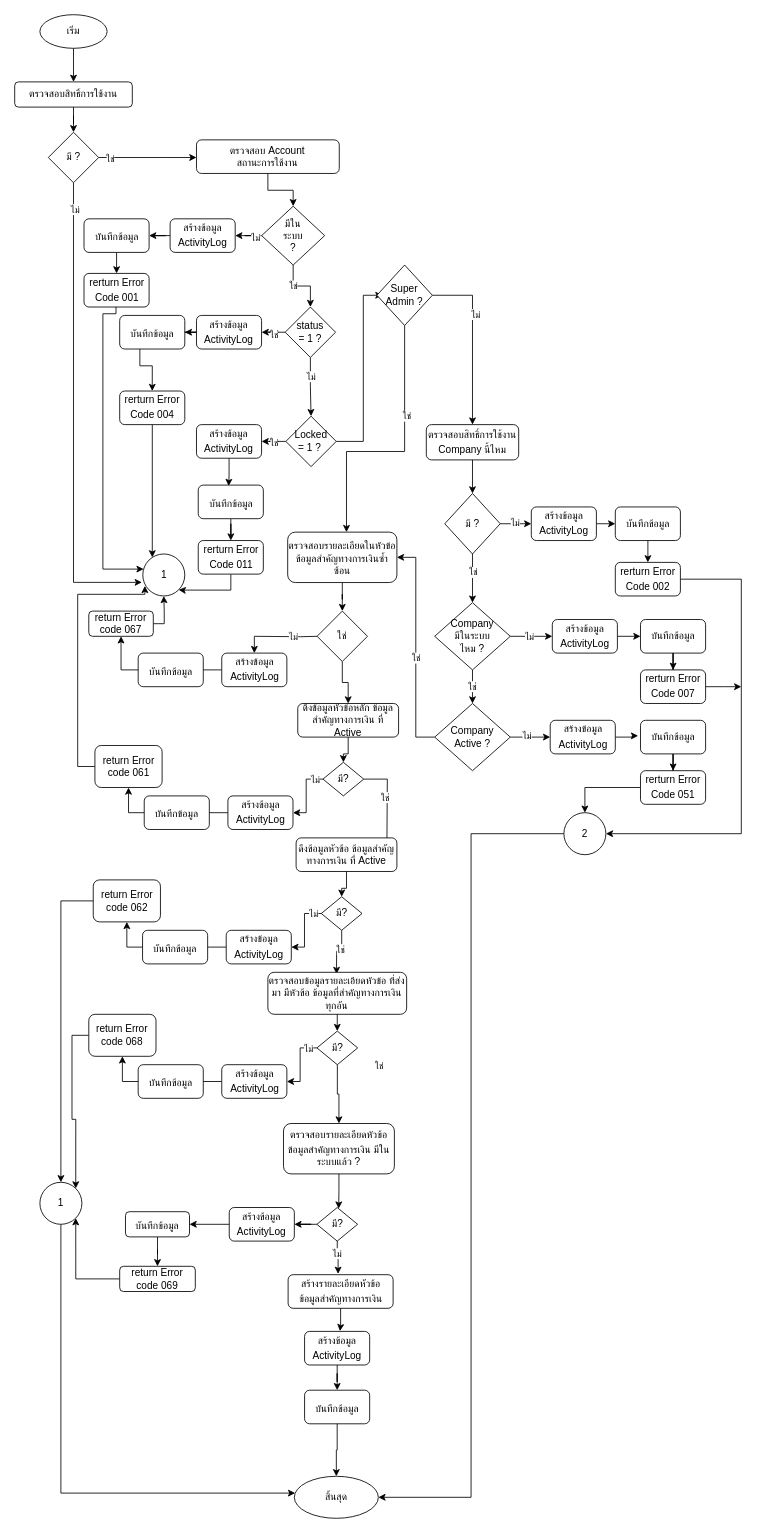
The draw.io diagram page "หน้า-1" (1 of 2) of FinancialStatementsDetail.drawio in charifrodmanee/charifrodmanee, before the edit. Source tidied: cells renumbered, new cells numbered last; positions are measured from the earlier drawing's top-left corner, leaving out a move shared by most shapes. Both pictures are drawn from the tidied source at 84%, with x=0, y=0 at pixel (14, 14).
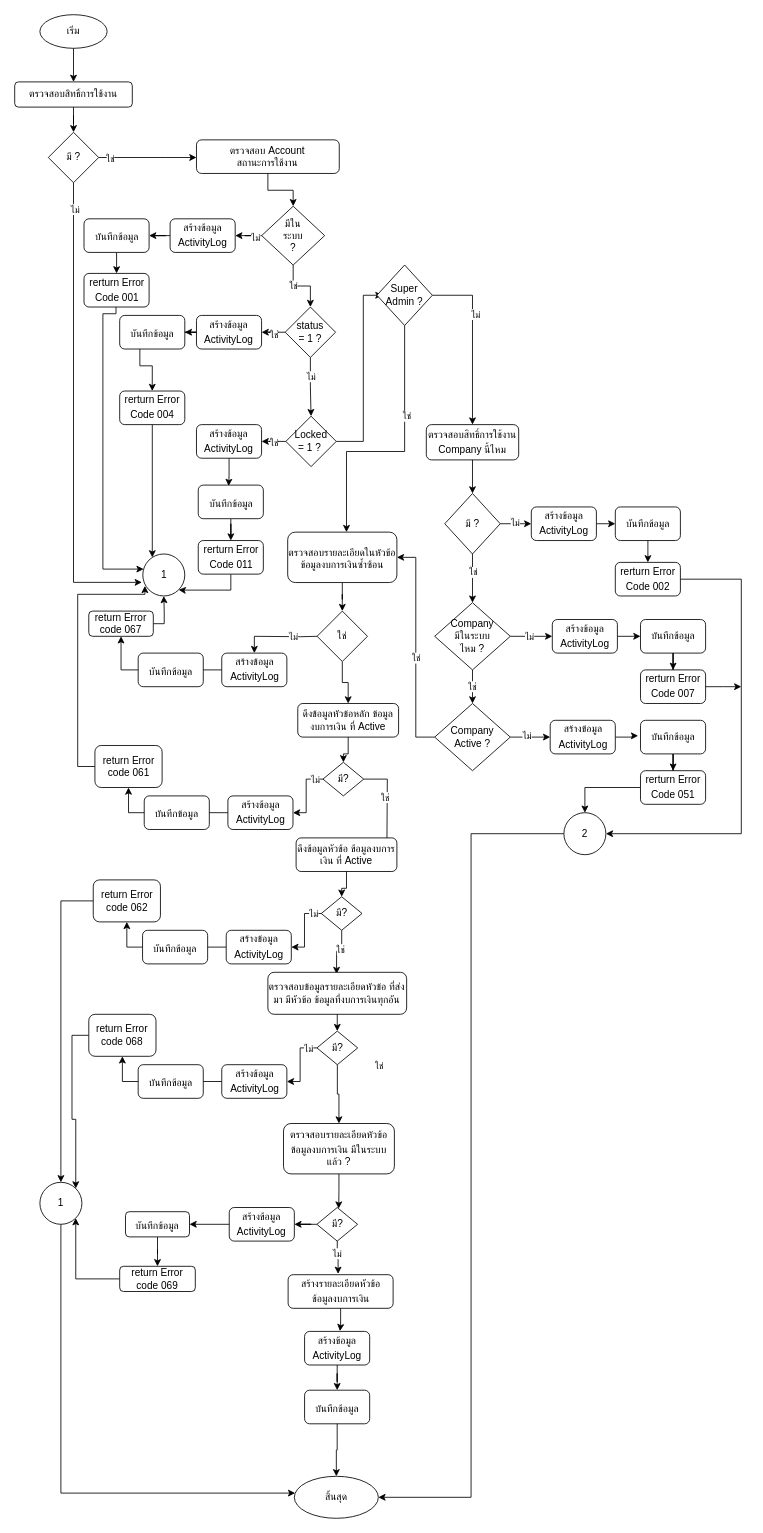
The same page after the edit.

The change refers to these unchanged cells:
```xml
<mxCell id="126" style="group;" parent="124" vertex="1">
  <mxGeometry x="6" width="120" height="177.5" as="geometry" />
</mxCell>
```

The edit, as a diff of the source:
```diff
@@
-    <mxCell id="90" value="&lt;font style=&quot;font-size: 12px;&quot;&gt;ตรวจสอบ&lt;span style=&quot;text-align: start;&quot;&gt;&lt;/span&gt;รายละเอียดในหัวข้อ&lt;span style=&quot;text-align: start; background-color: initial; font-variant-numeric: normal; font-variant-east-asian: normal; font-variant-alternates: normal; font-kerning: auto; font-optical-sizing: auto; font-feature-settings: normal; font-variation-settings: normal; font-stretch: normal; line-height: normal; font-family: &amp;quot;Helvetica Neue&amp;quot;;&quot; class=&quot;s1&quot;&gt; &lt;/span&gt;&lt;span style=&quot;font-family: &amp;quot;.ThonburiUI&amp;quot;; text-align: start; background-color: initial;&quot;&gt;ข้อมูลสำคัญทางการเงินซ้ำซ้อน&lt;/span&gt;&lt;/font&gt;" style="rounded=1;whiteSpace=wrap;html=1;" parent="1" vertex="1">
+    <mxCell id="90" value="&lt;font style=&quot;font-size: 12px;&quot;&gt;ตรวจสอบ&lt;span style=&quot;text-align: start;&quot;&gt;&lt;/span&gt;รายละเอียดในหัวข้อ&lt;span style=&quot;text-align: start; background-color: initial; font-variant-numeric: normal; font-variant-east-asian: normal; font-variant-alternates: normal; font-kerning: auto; font-optical-sizing: auto; font-feature-settings: normal; font-variation-settings: normal; font-stretch: normal; line-height: normal; font-family: &amp;quot;Helvetica Neue&amp;quot;;&quot; class=&quot;s1&quot;&gt; &lt;/span&gt;&lt;span style=&quot;font-family: &amp;quot;.ThonburiUI&amp;quot;; text-align: start; background-color: initial;&quot;&gt;ข้อมูลงบการเงินซ้ำซ้อน&lt;/span&gt;&lt;/font&gt;" style="rounded=1;whiteSpace=wrap;html=1;" parent="1" vertex="1">
       <mxGeometry x="325" y="616" width="130" height="60" as="geometry" />
     </mxCell>
@@
-    <mxCell id="100" value="ดึงข้อมูลหัวข้อหลัก ข้อมูลสำคัญทางการเงิน ที่ Active" style="rounded=1;whiteSpace=wrap;html=1;" parent="1" vertex="1">
+    <mxCell id="100" value="ดึงข้อมูลหัวข้อหลัก ข้อมูลงบการเงิน ที่ Active" style="rounded=1;whiteSpace=wrap;html=1;" parent="1" vertex="1">
       <mxGeometry x="337" y="820" width="120" height="40" as="geometry" />
     </mxCell>
@@
-    <mxCell id="112" value="ดึงข้อมูลหัวข้อ ข้อมูลสำคัญทางการเงิน ที่ Active" style="rounded=1;whiteSpace=wrap;html=1;" parent="1" vertex="1">
+    <mxCell id="112" value="ดึงข้อมูลหัวข้อ ข้อมูลงบการเงิน ที่ Active" style="rounded=1;whiteSpace=wrap;html=1;" parent="1" vertex="1">
       <mxGeometry x="335" y="980" width="120" height="40" as="geometry" />
     </mxCell>
@@
-    <mxCell id="127" value="สร้างรายละเอียดหัวข้อ&lt;br&gt;ข้อมูลสำคัญทางการเงิน&lt;span style=&quot;font-size: medium; text-align: start;&quot;&gt;&lt;/span&gt;" style="rounded=1;whiteSpace=wrap;html=1;" parent="126" vertex="1">
+    <mxCell id="127" value="สร้างรายละเอียดหัวข้อ&lt;br&gt;ข้อมูลงบการเงิน&lt;span style=&quot;font-size: medium; text-align: start;&quot;&gt;&lt;/span&gt;" style="rounded=1;whiteSpace=wrap;html=1;" parent="126" vertex="1">
       <mxGeometry x="-13.4" width="125" height="40" as="geometry" />
     </mxCell>
@@
-    <mxCell id="133" value="ตรวจสอบข้อมูลรายละเอียดหัวข้อ ที่ส่งมา มีหัวข้อ ข้อมูลที่สำคัญทางการเงินทุกอัน" style="rounded=1;whiteSpace=wrap;html=1;" parent="1" vertex="1">
+    <mxCell id="133" value="ตรวจสอบข้อมูลรายละเอียดหัวข้อ ที่ส่งมา มีหัวข้อ ข้อมูลที่งบการเงินทุกอัน" style="rounded=1;whiteSpace=wrap;html=1;" parent="1" vertex="1">
       <mxGeometry x="301.4" y="1140" width="165.2" height="50" as="geometry" />
     </mxCell>
@@
-    <mxCell id="146" value="ตรวจสอบรายละเอียดหัวข้อ ข้อมูลสำคัญทางการเงิน&lt;span style=&quot;font-variant-numeric: normal; font-variant-east-asian: normal; font-variant-alternates: normal; font-kerning: auto; font-optical-sizing: auto; font-feature-settings: normal; font-variation-settings: normal; font-stretch: normal; line-height: normal; font-family: &amp;quot;Helvetica Neue&amp;quot;;&quot; class=&quot;s1&quot;&gt; &lt;/span&gt;มีในระบบแล้ว ?" style="rounded=1;whiteSpace=wrap;html=1;" parent="1" vertex="1">
+    <mxCell id="146" value="ตรวจสอบรายละเอียดหัวข้อ ข้อมูลงบการเงิน&lt;span style=&quot;font-variant-numeric: normal; font-variant-east-asian: normal; font-variant-alternates: normal; font-kerning: auto; font-optical-sizing: auto; font-feature-settings: normal; font-variation-settings: normal; font-stretch: normal; line-height: normal; font-family: &amp;quot;Helvetica Neue&amp;quot;;&quot; class=&quot;s1&quot;&gt; &lt;/span&gt;มีในระบบแล้ว ?" style="rounded=1;whiteSpace=wrap;html=1;" parent="1" vertex="1">
       <mxGeometry x="320" y="1320" width="132" height="60" as="geometry" />
     </mxCell>
```
